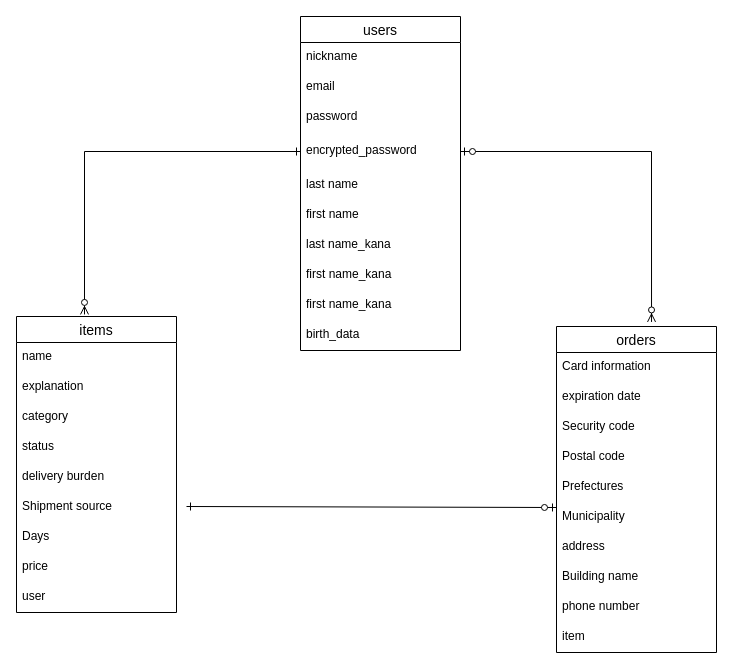
This is furimo.dio from KimFight/furima-32013, a draw.io file, before an edit. Source tidied: cells renumbered, new cells numbered last; positions are measured from the earlier drawing's top-left corner, leaving out a move shared by most shapes. Both pictures are drawn from the tidied source at 100%, with x=0, y=0 at pixel (16, 16).
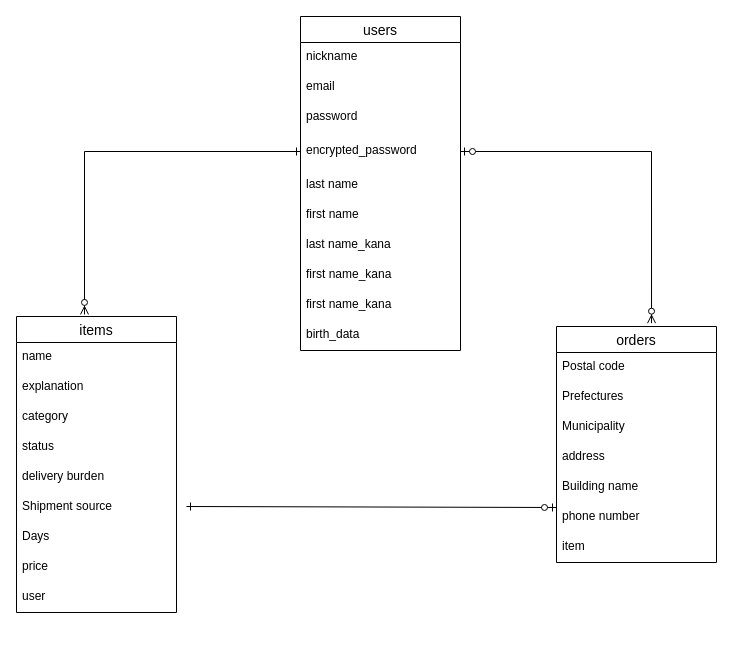
After the change.

Diff of the diagram source:
```diff
@@
     <mxCell id="12" value="orders" style="swimlane;fontStyle=0;horizontal=1;startSize=26;align=center;fontSize=14;" parent="1" vertex="1">
-      <mxGeometry x="540" y="310" width="160" height="326" as="geometry" />
+      <mxGeometry x="540" y="310" width="160" height="236" as="geometry" />
     </mxCell>
-    <mxCell id="13" value="Card information" style="text;strokeColor=none;fillColor=none;spacingLeft=4;spacingRight=4;overflow=hidden;fontSize=12;" parent="12" vertex="1">
-      <mxGeometry y="26" width="160" height="30" as="geometry" />
-    </mxCell>
-    <mxCell id="14" value="expiration date" style="text;strokeColor=none;fillColor=none;spacingLeft=4;spacingRight=4;overflow=hidden;fontSize=12;" parent="12" vertex="1">
-      <mxGeometry y="56" width="160" height="30" as="geometry" />
-    </mxCell>
-    <mxCell id="15" value="Security code" style="text;strokeColor=none;fillColor=none;spacingLeft=4;spacingRight=4;overflow=hidden;fontSize=12;" parent="12" vertex="1">
-      <mxGeometry y="86" width="160" height="30" as="geometry" />
-    </mxCell>
     <mxCell id="16" value="Postal code" style="text;strokeColor=none;fillColor=none;spacingLeft=4;spacingRight=4;overflow=hidden;fontSize=12;" parent="12" vertex="1">
-      <mxGeometry y="116" width="160" height="30" as="geometry" />
+      <mxGeometry y="26" width="160" height="30" as="geometry" />
     </mxCell>
     <mxCell id="17" value="Prefectures" style="text;strokeColor=none;fillColor=none;spacingLeft=4;spacingRight=4;overflow=hidden;fontSize=12;" parent="12" vertex="1">
-      <mxGeometry y="146" width="160" height="30" as="geometry" />
+      <mxGeometry y="56" width="160" height="30" as="geometry" />
     </mxCell>
     <mxCell id="18" value="Municipality" style="text;strokeColor=none;fillColor=none;spacingLeft=4;spacingRight=4;overflow=hidden;fontSize=12;" parent="12" vertex="1">
-      <mxGeometry y="176" width="160" height="30" as="geometry" />
+      <mxGeometry y="86" width="160" height="30" as="geometry" />
     </mxCell>
     <mxCell id="19" value="address" style="text;strokeColor=none;fillColor=none;spacingLeft=4;spacingRight=4;overflow=hidden;fontSize=12;" parent="12" vertex="1">
-      <mxGeometry y="206" width="160" height="30" as="geometry" />
+      <mxGeometry y="116" width="160" height="30" as="geometry" />
     </mxCell>
     <mxCell id="20" value="Building name" style="text;strokeColor=none;fillColor=none;spacingLeft=4;spacingRight=4;overflow=hidden;fontSize=12;" parent="12" vertex="1">
-      <mxGeometry y="236" width="160" height="30" as="geometry" />
+      <mxGeometry y="146" width="160" height="30" as="geometry" />
     </mxCell>
     <mxCell id="21" value="phone number" style="text;strokeColor=none;fillColor=none;spacingLeft=4;spacingRight=4;overflow=hidden;fontSize=12;" parent="12" vertex="1">
-      <mxGeometry y="266" width="160" height="30" as="geometry" />
+      <mxGeometry y="176" width="160" height="30" as="geometry" />
     </mxCell>
     <mxCell id="22" value="item" style="text;strokeColor=none;fillColor=none;spacingLeft=4;spacingRight=4;overflow=hidden;fontSize=12;" parent="12" vertex="1">
-      <mxGeometry y="296" width="160" height="30" as="geometry" />
+      <mxGeometry y="206" width="160" height="30" as="geometry" />
     </mxCell>
```
